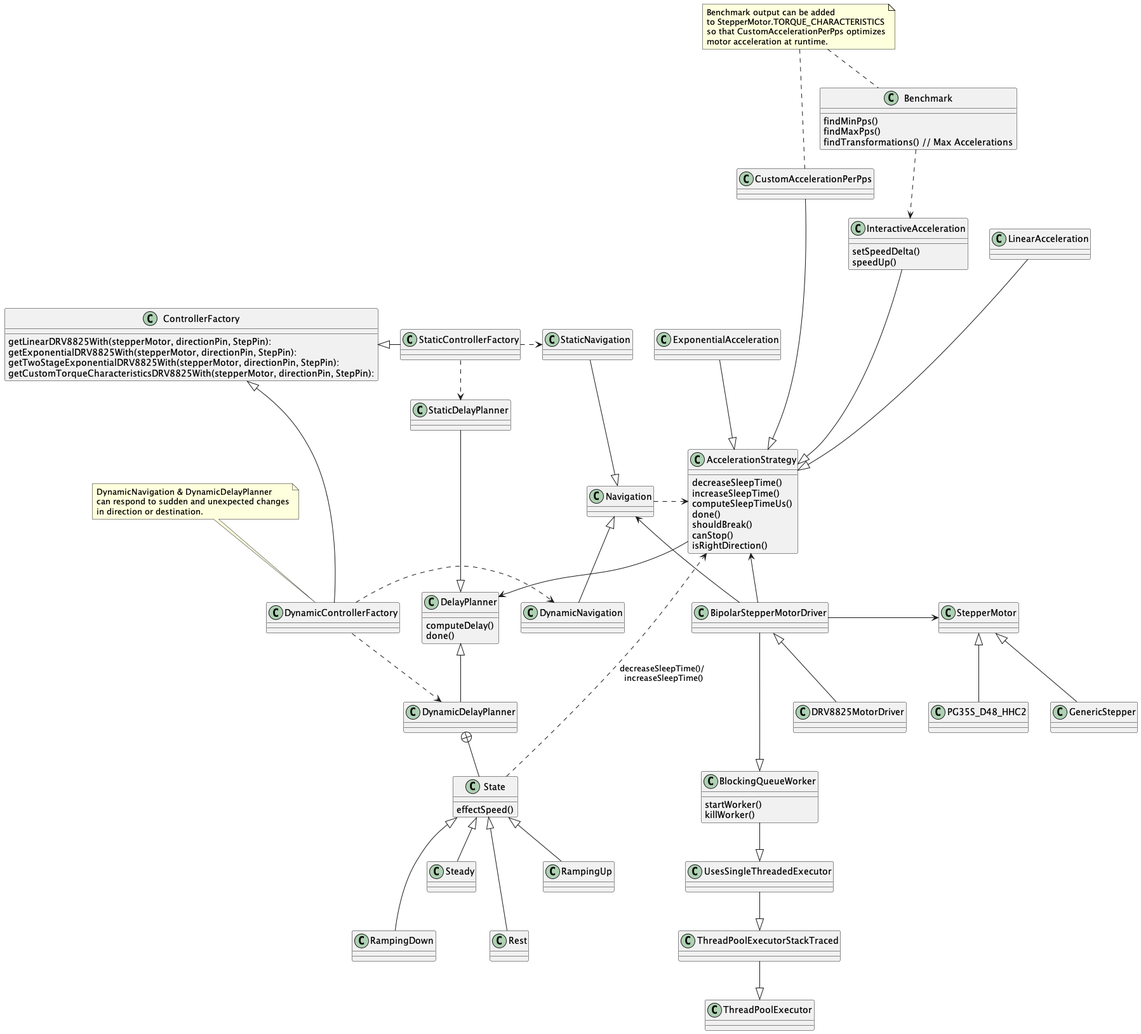
The PlantUML diagram doc/collab.png in juanmf/StepperMotors, before a commit. The source it was exported from:
```plantuml
@startuml
class BlockingQueueWorker {
    startWorker()
    killWorker()
}
class UsesSingleThreadedExecutor
class ThreadPoolExecutorStackTraced

class ControllerFactory {
    getLinearDRV8825With(stepperMotor, directionPin, StepPin):
    getExponentialDRV8825With(stepperMotor, directionPin, StepPin):
    getTwoStageExponentialDRV8825With(stepperMotor, directionPin, StepPin):
    getCustomTorqueCharacteristicsDRV8825With(stepperMotor, directionPin, StepPin):
}
class StaticControllerFactory
class DynamicControllerFactory

class Navigation
class StaticNavigation
class DynamicNavigation

class Benchmark{
findMinPps()
findMaxPps()
findTransformations() // Max Accelerations
}

class BipolarStepperMotorDriver
class DRV8825MotorDriver

class StepperMotor
class PG35S_D48_HHC2
class GenericStepper

class AccelerationStrategy {
    decreaseSleepTime()
    increaseSleepTime()
    computeSleepTimeUs()
    done()
    shouldBreak()
    canStop()
    isRightDirection()
}

class LinearAcceleration
class ExponentialAcceleration
class CustomAccelerationPerPps
class InteractiveAcceleration{
setSpeedDelta()
speedUp()
}

class DelayPlanner {
    computeDelay()
    done()
}

class StaticDelayPlanner
class DynamicDelayPlanner
class State {
    effectSpeed()
}

ThreadPoolExecutorStackTraced --|> ThreadPoolExecutor
UsesSingleThreadedExecutor --|> ThreadPoolExecutorStackTraced
BlockingQueueWorker --|> UsesSingleThreadedExecutor
BipolarStepperMotorDriver ---|> BlockingQueueWorker

PG35S_D48_HHC2 -up-|> StepperMotor
GenericStepper -up-|> StepperMotor

StaticControllerFactory -left-|> ControllerFactory
DynamicControllerFactory -left-|> ControllerFactory

DRV8825MotorDriver -up-|> BipolarStepperMotorDriver

StaticDelayPlanner -down-|> DelayPlanner
DynamicDelayPlanner -up-|> DelayPlanner
DynamicDelayPlanner +-- State

Rest -up--|> State
RampingUp -up-|> State
RampingDown -up--|> State
Steady -up-|> State

StaticNavigation -down-|> Navigation
DynamicNavigation -up-|> Navigation

LinearAcceleration ---|> AccelerationStrategy
ExponentialAcceleration --|> AccelerationStrategy
CustomAccelerationPerPps --|> AccelerationStrategy
InteractiveAcceleration ---|> AccelerationStrategy

BipolarStepperMotorDriver -left-> Navigation
BipolarStepperMotorDriver -up-> AccelerationStrategy
BipolarStepperMotorDriver -right-> StepperMotor

Navigation .right.> AccelerationStrategy
AccelerationStrategy --> DelayPlanner

State ..> AccelerationStrategy : decreaseSleepTime()/\n increaseSleepTime()

Benchmark ..> InteractiveAcceleration

StaticControllerFactory .right.> StaticDelayPlanner
StaticControllerFactory .right.> StaticNavigation

DynamicControllerFactory .right.> DynamicDelayPlanner
DynamicControllerFactory .right.> DynamicNavigation

note as N1
Benchmark output can be added
to StepperMotor.TORQUE_CHARACTERISTICS
so that CustomAccelerationPerPps optimizes
motor acceleration at runtime.
end note

note as N2
DynamicNavigation & DynamicDelayPlanner
can respond to sudden and unexpected changes
in direction or destination.
end note

N1 .. Benchmark
N1 .. CustomAccelerationPerPps

N2 .. DynamicControllerFactory
@enduml
```
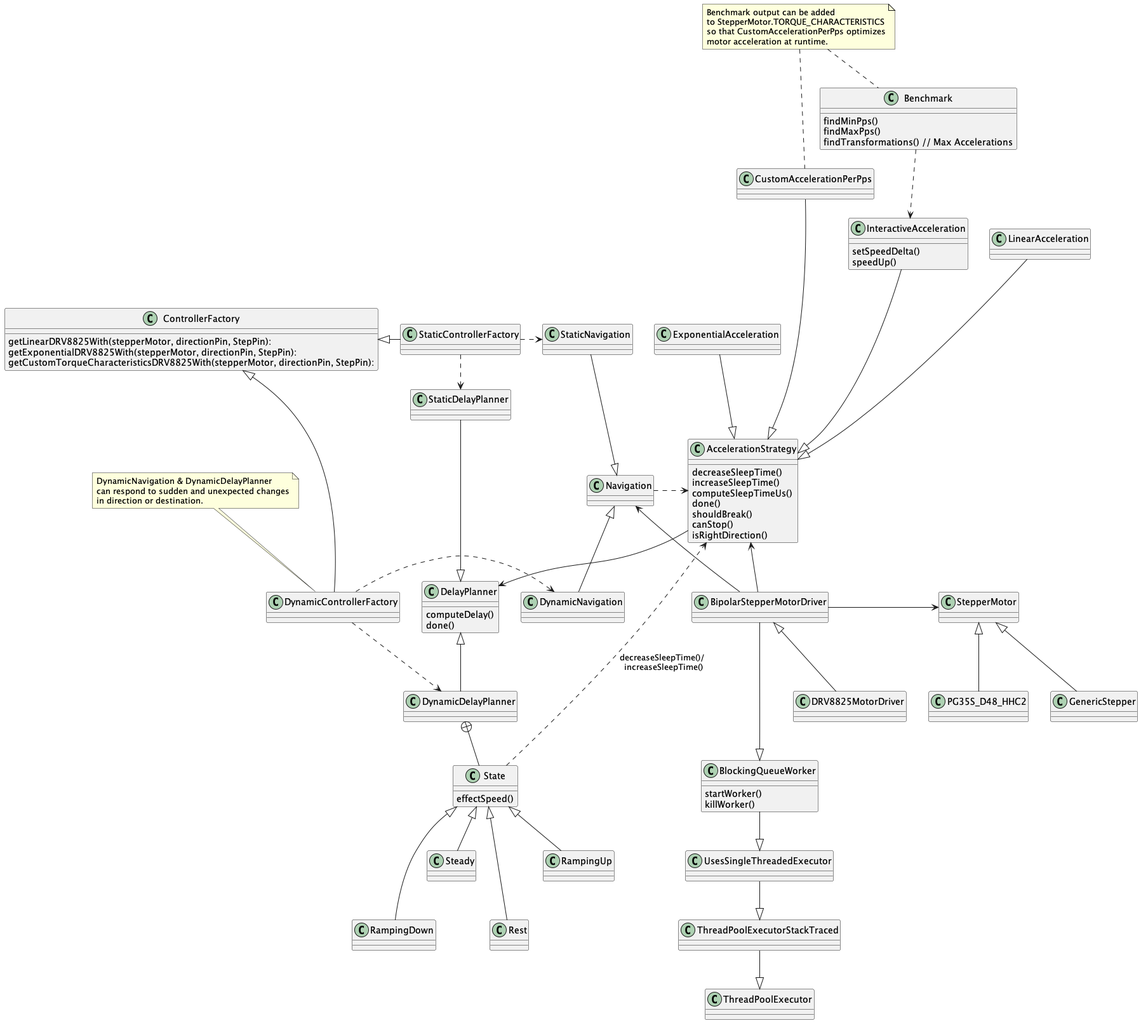
After the change.

What changed in the source:
```diff
@@ -9,7 +9,6 @@
 class ControllerFactory {
     getLinearDRV8825With(stepperMotor, directionPin, StepPin):
     getExponentialDRV8825With(stepperMotor, directionPin, StepPin):
-    getTwoStageExponentialDRV8825With(stepperMotor, directionPin, StepPin):
     getCustomTorqueCharacteristicsDRV8825With(stepperMotor, directionPin, StepPin):
 }
 class StaticControllerFactory
```
